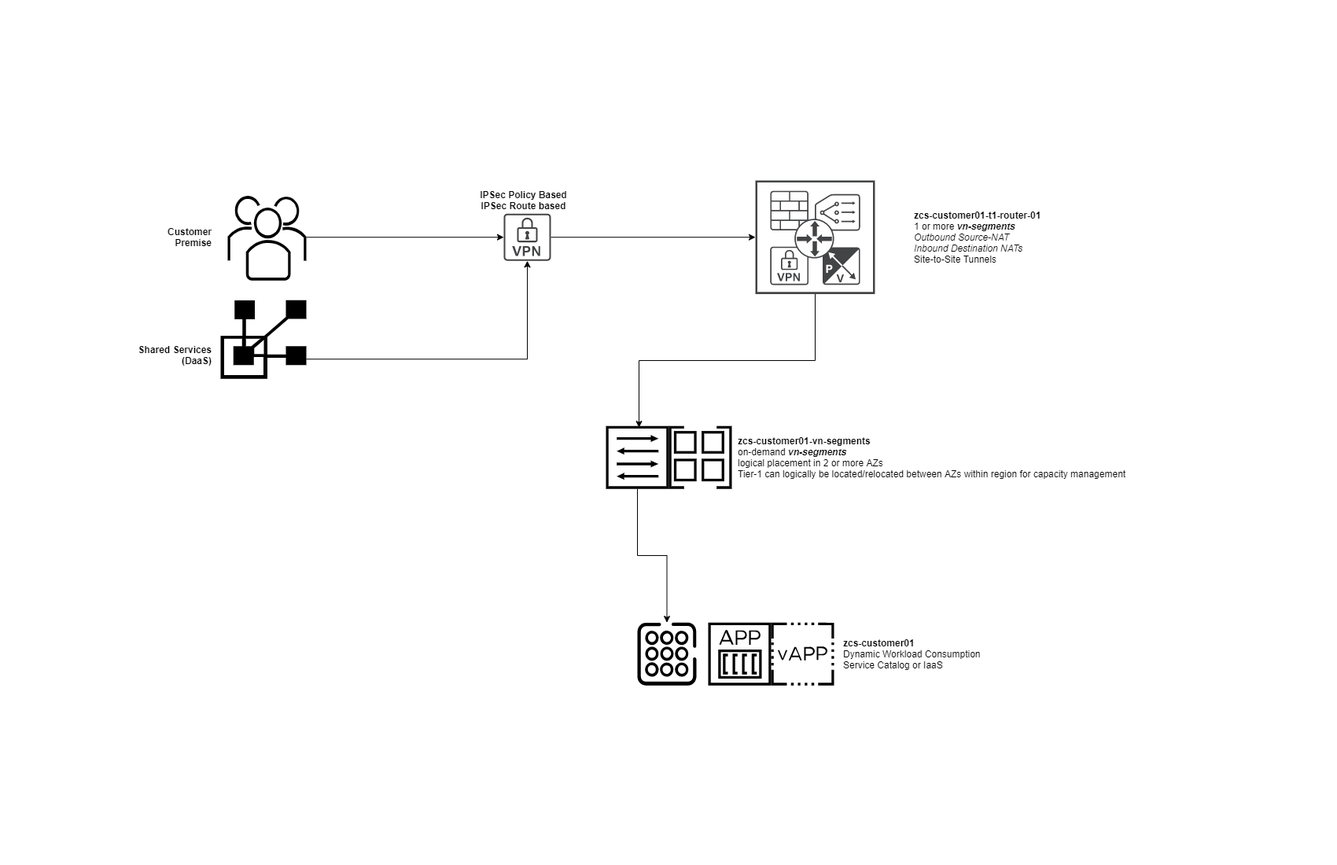
ngschmidt/nsx-ninja-design-v3 keeps this draw.io diagram as img/IaaS Logical Routing-Tier-1 Services.png. Above is the earlier version. Source tidied: cells renumbered, new cells last; positions are measured from the earlier drawing's top-left corner, leaving out a move shared by most shapes. The source it was exported from:
```xml
<mxGraphModel>
  <root>
    <mxCell id="0" />
    <mxCell id="1" parent="0" />
    <mxCell id="2" value="&lt;font color=&quot;#000000&quot;&gt;&lt;b&gt;zcs-customer01-t1-router-01&lt;/b&gt;&lt;br&gt;1 or more &lt;i&gt;&lt;b&gt;vn-segments&lt;/b&gt;&lt;br&gt;&lt;/i&gt;&lt;i&gt;Outbound Source-NAT&lt;br&gt;Inbound Destination NATs&lt;br&gt;&lt;/i&gt;Site-to-Site Tunnels&lt;br&gt;&lt;/font&gt;" style="text;html=1;align=left;verticalAlign=middle;fontColor=#FFFFFF;" parent="1" vertex="1">
      <mxGeometry x="1000" y="32.2" width="180" height="80" as="geometry" />
    </mxCell>
    <mxCell id="3" style="edgeStyle=orthogonalEdgeStyle;rounded=0;jettySize=auto;html=1;exitX=1;exitY=0.5;exitDx=0;exitDy=0;fontColor=#FFFFFF;" parent="1" edge="1" source="4" target="7">
      <mxGeometry relative="1" as="geometry" />
    </mxCell>
    <mxCell id="4" style="vsdxID=5;fillColor=none;gradientColor=none;labelBackgroundColor=none;rounded=0;strokeColor=none;html=1;whiteSpace=wrap;fontColor=#FFFFFF;align=left;" parent="1" vertex="1">
      <mxGeometry x="129" y="17.2" width="100" height="110" as="geometry" />
    </mxCell>
    <mxCell id="5" style="vsdxID=6;fillColor=#000000;gradientColor=none;shape=(stored shape, 1512 characters);strokeColor=none;spacingTop=-3;spacingBottom=-3;spacingLeft=-3;spacingRight=-3;labelBackgroundColor=none;rounded=0;html=1;whiteSpace=wrap;" parent="4" vertex="1">
      <mxGeometry width="100" height="110" as="geometry" />
    </mxCell>
    <mxCell id="6" style="edgeStyle=orthogonalEdgeStyle;rounded=0;jettySize=auto;html=1;fontColor=#FFFFFF;" parent="1" edge="1" source="7" target="11">
      <mxGeometry relative="1" as="geometry" />
    </mxCell>
    <mxCell id="7" style="shadow=0;dashed=0;html=1;strokeColor=none;fillColor=#434445;labelPosition=center;verticalLabelPosition=bottom;verticalAlign=top;align=center;outlineConnect=0;shape=mxgraph.vvd.vpn;labelBackgroundColor=#ffffff;fontColor=#FFFFFF;" parent="1" vertex="1">
      <mxGeometry x="480" y="42.2" width="60" height="60" as="geometry" />
    </mxCell>
    <mxCell id="8" value="&lt;font color=&quot;#000000&quot;&gt;IPSec Policy Based&lt;br&gt;IPSec Route based&lt;br&gt;&lt;/font&gt;" style="text;html=1;align=center;verticalAlign=middle;fontColor=#FFFFFF;fontStyle=1;" parent="1" vertex="1">
      <mxGeometry x="440" y="10.2" width="130" height="30" as="geometry" />
    </mxCell>
    <mxCell id="9" value="&lt;font color=&quot;#000000&quot;&gt;Customer&lt;br&gt;Premise&lt;/font&gt;" style="text;html=1;align=right;verticalAlign=middle;fontColor=#FFFFFF;fontStyle=1;" parent="1" vertex="1">
      <mxGeometry x="40" y="57.2" width="70" height="30" as="geometry" />
    </mxCell>
    <mxCell id="10" style="edgeStyle=elbowEdgeStyle;rounded=0;jettySize=auto;html=1;entryX=0.525;entryY=0.025;entryDx=0;entryDy=0;fontColor=#FFFFFF;entryPerimeter=0;elbow=vertical;" parent="1" edge="1" source="11" target="18">
      <mxGeometry relative="1" as="geometry" />
    </mxCell>
    <mxCell id="11" style="shadow=0;dashed=0;html=1;strokeColor=none;fillColor=#434445;labelPosition=center;verticalLabelPosition=bottom;verticalAlign=top;align=center;outlineConnect=0;shape=mxgraph.vvd.collective_nsx_esg;labelBackgroundColor=#ffffff;fontColor=#FFFFFF;" parent="1" vertex="1">
      <mxGeometry x="800" width="152" height="144.4" as="geometry" />
    </mxCell>
    <mxCell id="12" style="edgeStyle=orthogonalEdgeStyle;rounded=0;jettySize=auto;html=1;exitX=1;exitY=0.75;exitDx=0;exitDy=0;fontColor=#FFFFFF;" parent="1" edge="1" source="13" target="7">
      <mxGeometry relative="1" as="geometry" />
    </mxCell>
    <mxCell id="13" style="vsdxID=5;fillColor=none;gradientColor=none;labelBackgroundColor=none;rounded=0;strokeColor=none;html=1;whiteSpace=wrap;fontColor=#FFFFFF;align=right;" parent="1" vertex="1">
      <mxGeometry x="120" y="152.2" width="109" height="100" as="geometry" />
    </mxCell>
    <mxCell id="14" style="vsdxID=6;fillColor=#000000;gradientColor=none;shape=(stored shape, 460 characters);strokeColor=none;spacingTop=-3;spacingBottom=-3;spacingLeft=-3;spacingRight=-3;labelBackgroundColor=none;rounded=0;html=1;whiteSpace=wrap;" parent="13" vertex="1">
      <mxGeometry width="109" height="100" as="geometry" />
    </mxCell>
    <mxCell id="15" value="&lt;font color=&quot;#000000&quot;&gt;Shared Services&lt;br&gt;(DaaS)&lt;br&gt;&lt;/font&gt;" style="text;html=1;align=right;verticalAlign=middle;fontColor=#FFFFFF;fontStyle=1;" parent="1" vertex="1">
      <mxGeometry y="207.2" width="110" height="30" as="geometry" />
    </mxCell>
    <mxCell id="16" style="edgeStyle=elbowEdgeStyle;rounded=0;jettySize=auto;elbow=vertical;html=1;exitX=0.5;exitY=1;exitDx=0;exitDy=0;entryX=0.5;entryY=0;entryDx=0;entryDy=0;fontColor=#FFFFFF;" parent="1" edge="1" source="17" target="19">
      <mxGeometry relative="1" as="geometry" />
    </mxCell>
    <mxCell id="17" style="vsdxID=5;fillColor=none;gradientColor=none;labelBackgroundColor=none;rounded=0;strokeColor=none;html=1;whiteSpace=wrap;fontColor=#FFFFFF;align=right;" parent="1" vertex="1">
      <mxGeometry x="610" y="312.2" width="80" height="80" as="geometry" />
    </mxCell>
    <mxCell id="18" style="vsdxID=6;fillColor=#000000;gradientColor=none;shape=(stored shape, 412 characters);strokeColor=none;spacingTop=-3;spacingBottom=-3;spacingLeft=-3;spacingRight=-3;labelBackgroundColor=none;rounded=0;html=1;whiteSpace=wrap;" parent="17" vertex="1">
      <mxGeometry width="80" height="80" as="geometry" />
    </mxCell>
    <mxCell id="19" style="vsdxID=5;fillColor=none;gradientColor=none;labelBackgroundColor=none;rounded=0;strokeColor=none;html=1;whiteSpace=wrap;fontColor=#FFFFFF;align=right;" parent="1" vertex="1">
      <mxGeometry x="650" y="562.2" width="75" height="80" as="geometry" />
    </mxCell>
    <mxCell id="20" style="vsdxID=6;fillColor=#000000;gradientColor=none;shape=(stored shape, 3564 characters);strokeColor=none;spacingTop=-3;spacingBottom=-3;spacingLeft=-3;spacingRight=-3;labelBackgroundColor=none;rounded=0;html=1;whiteSpace=wrap;" parent="19" vertex="1">
      <mxGeometry width="75" height="80" as="geometry" />
    </mxCell>
    <mxCell id="21" style="vsdxID=5;fillColor=none;gradientColor=none;labelBackgroundColor=none;rounded=0;strokeColor=none;html=1;whiteSpace=wrap;fontColor=#FFFFFF;align=right;" parent="1" vertex="1">
      <mxGeometry x="740" y="562.2" width="80" height="80" as="geometry" />
    </mxCell>
    <mxCell id="22" style="vsdxID=6;fillColor=#000000;gradientColor=none;shape=(stored shape, 972 characters);strokeColor=none;spacingTop=-3;spacingBottom=-3;spacingLeft=-3;spacingRight=-3;labelBackgroundColor=none;rounded=0;html=1;whiteSpace=wrap;" parent="21" vertex="1">
      <mxGeometry width="80" height="80" as="geometry" />
    </mxCell>
    <mxCell id="23" style="vsdxID=5;fillColor=none;gradientColor=none;labelBackgroundColor=none;rounded=0;strokeColor=none;html=1;whiteSpace=wrap;fontColor=#FFFFFF;align=right;" parent="1" vertex="1">
      <mxGeometry x="820" y="562.2" width="80" height="80" as="geometry" />
    </mxCell>
    <mxCell id="24" style="vsdxID=6;fillColor=#000000;gradientColor=none;shape=(stored shape, 1292 characters);strokeColor=none;spacingTop=-3;spacingBottom=-3;spacingLeft=-3;spacingRight=-3;labelBackgroundColor=none;rounded=0;html=1;whiteSpace=wrap;" parent="23" vertex="1">
      <mxGeometry width="80" height="80" as="geometry" />
    </mxCell>
    <mxCell id="25" style="vsdxID=5;fillColor=none;gradientColor=none;strokeColor=none;spacingTop=-3;spacingBottom=-3;spacingLeft=-3;spacingRight=-3;labelBackgroundColor=none;rounded=0;html=1;whiteSpace=wrap;fontColor=#FFFFFF;align=right;" parent="1" vertex="1">
      <mxGeometry x="690" y="312.2" width="80" height="80" as="geometry" />
    </mxCell>
    <mxCell id="26" style="vsdxID=6;fillColor=#000000;gradientColor=none;shape=(stored shape, 212 characters);strokeColor=none;spacingTop=-3;spacingBottom=-3;spacingLeft=-3;spacingRight=-3;labelBackgroundColor=none;rounded=0;html=1;whiteSpace=wrap;" parent="25" vertex="1">
      <mxGeometry x="6.4" y="6.4" width="28.8" height="28.8" as="geometry" />
    </mxCell>
    <mxCell id="27" style="vsdxID=7;fillColor=#000000;gradientColor=none;shape=(stored shape, 212 characters);strokeColor=none;spacingTop=-3;spacingBottom=-3;spacingLeft=-3;spacingRight=-3;labelBackgroundColor=none;rounded=0;html=1;whiteSpace=wrap;" parent="25" vertex="1">
      <mxGeometry x="41.6" y="6.4" width="28.8" height="28.8" as="geometry" />
    </mxCell>
    <mxCell id="28" style="vsdxID=8;fillColor=#000000;gradientColor=none;shape=(stored shape, 212 characters);strokeColor=none;spacingTop=-3;spacingBottom=-3;spacingLeft=-3;spacingRight=-3;labelBackgroundColor=none;rounded=0;html=1;whiteSpace=wrap;" parent="25" vertex="1">
      <mxGeometry x="6.4" y="41.6" width="28.8" height="28.8" as="geometry" />
    </mxCell>
    <mxCell id="29" style="vsdxID=9;fillColor=#000000;gradientColor=none;shape=(stored shape, 212 characters);strokeColor=none;spacingTop=-3;spacingBottom=-3;spacingLeft=-3;spacingRight=-3;labelBackgroundColor=none;rounded=0;html=1;whiteSpace=wrap;" parent="25" vertex="1">
      <mxGeometry x="41.6" y="41.6" width="28.8" height="28.8" as="geometry" />
    </mxCell>
    <mxCell id="30" style="vsdxID=10;fillColor=#000000;gradientColor=none;shape=(stored shape, 200 characters);strokeColor=none;spacingTop=-3;spacingBottom=-3;spacingLeft=-3;spacingRight=-3;labelBackgroundColor=none;rounded=0;html=1;whiteSpace=wrap;" parent="25" vertex="1">
      <mxGeometry width="19.2" height="80" as="geometry" />
    </mxCell>
    <mxCell id="31" style="vsdxID=11;fillColor=#000000;gradientColor=none;shape=(stored shape, 196 characters);strokeColor=none;spacingTop=-3;spacingBottom=-3;spacingLeft=-3;spacingRight=-3;labelBackgroundColor=none;rounded=0;html=1;whiteSpace=wrap;" parent="25" vertex="1">
      <mxGeometry x="60.8" width="19.2" height="80" as="geometry" />
    </mxCell>
    <mxCell id="32" value="&lt;font color=&quot;#000000&quot;&gt;&lt;b&gt;zcs-customer01-vn-segments&lt;/b&gt;&lt;br&gt;on-demand &lt;i style=&quot;font-weight: bold&quot;&gt;vn-segments&lt;/i&gt;&lt;br&gt;logical placement in 2 or more AZs&lt;br&gt;Tier-1 can logically be located/relocated between AZs within region for capacity management&lt;br&gt;&lt;/font&gt;" style="text;html=1;align=left;verticalAlign=middle;fontColor=#FFFFFF;" parent="1" vertex="1">
      <mxGeometry x="776" y="322.2" width="510" height="60" as="geometry" />
    </mxCell>
    <mxCell id="33" value="&lt;font color=&quot;#000000&quot;&gt;&lt;b&gt;zcs-customer01&lt;/b&gt;&lt;br&gt;Dynamic Workload Consumption&lt;br&gt;Service Catalog or IaaS&lt;br&gt;&lt;/font&gt;" style="text;html=1;align=left;verticalAlign=middle;fontColor=#FFFFFF;" parent="1" vertex="1">
      <mxGeometry x="910" y="577.2" width="190" height="50" as="geometry" />
    </mxCell>
  </root>
</mxGraphModel>
```
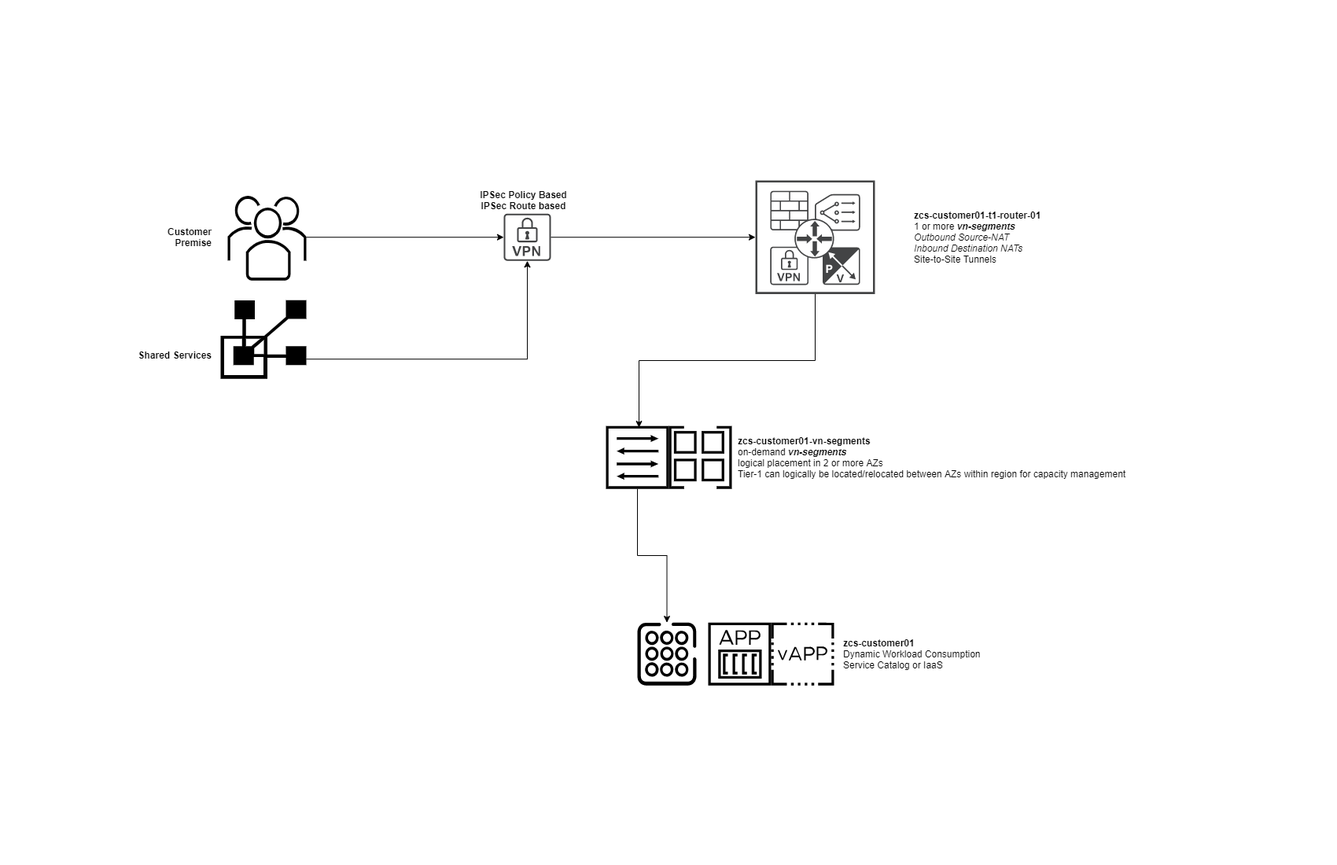
After the change.

The edit, as a diff of the source:
```diff
@@ -41,8 +41,8 @@
     <mxCell id="14" style="vsdxID=6;fillColor=#000000;gradientColor=none;shape=(stored shape, 460 characters);strokeColor=none;spacingTop=-3;spacingBottom=-3;spacingLeft=-3;spacingRight=-3;labelBackgroundColor=none;rounded=0;html=1;whiteSpace=wrap;" parent="13" vertex="1">
       <mxGeometry width="109" height="100" as="geometry" />
     </mxCell>
-    <mxCell id="15" value="&lt;font color=&quot;#000000&quot;&gt;Shared Services&lt;br&gt;(DaaS)&lt;br&gt;&lt;/font&gt;" style="text;html=1;align=right;verticalAlign=middle;fontColor=#FFFFFF;fontStyle=1;" parent="1" vertex="1">
-      <mxGeometry y="207.2" width="110" height="30" as="geometry" />
+    <mxCell id="15" value="&lt;font color=&quot;#000000&quot;&gt;Shared Services&lt;br&gt;&lt;/font&gt;" style="text;html=1;align=right;verticalAlign=middle;fontColor=#FFFFFF;fontStyle=1;" parent="1" vertex="1">
+      <mxGeometry y="212.2" width="110" height="20" as="geometry" />
     </mxCell>
     <mxCell id="16" style="edgeStyle=elbowEdgeStyle;rounded=0;jettySize=auto;elbow=vertical;html=1;exitX=0.5;exitY=1;exitDx=0;exitDy=0;entryX=0.5;entryY=0;entryDx=0;entryDy=0;fontColor=#FFFFFF;" parent="1" edge="1" source="17" target="19">
       <mxGeometry relative="1" as="geometry" />
```
